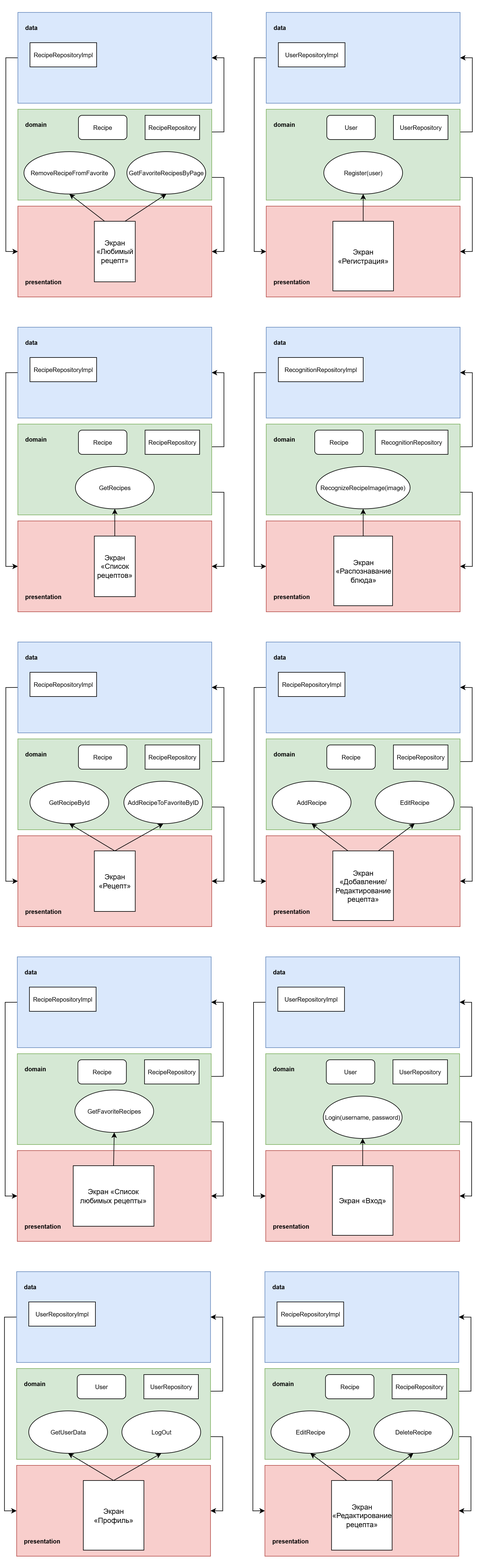
Erieorin/ShestakovaMobileDevelopment keeps this draw.io diagram as Praktika1/Экраны.png. Above is the earlier version. Source tidied: cells renumbered, new cells last; positions are measured from the earlier drawing's top-left corner, leaving out a move shared by most shapes.
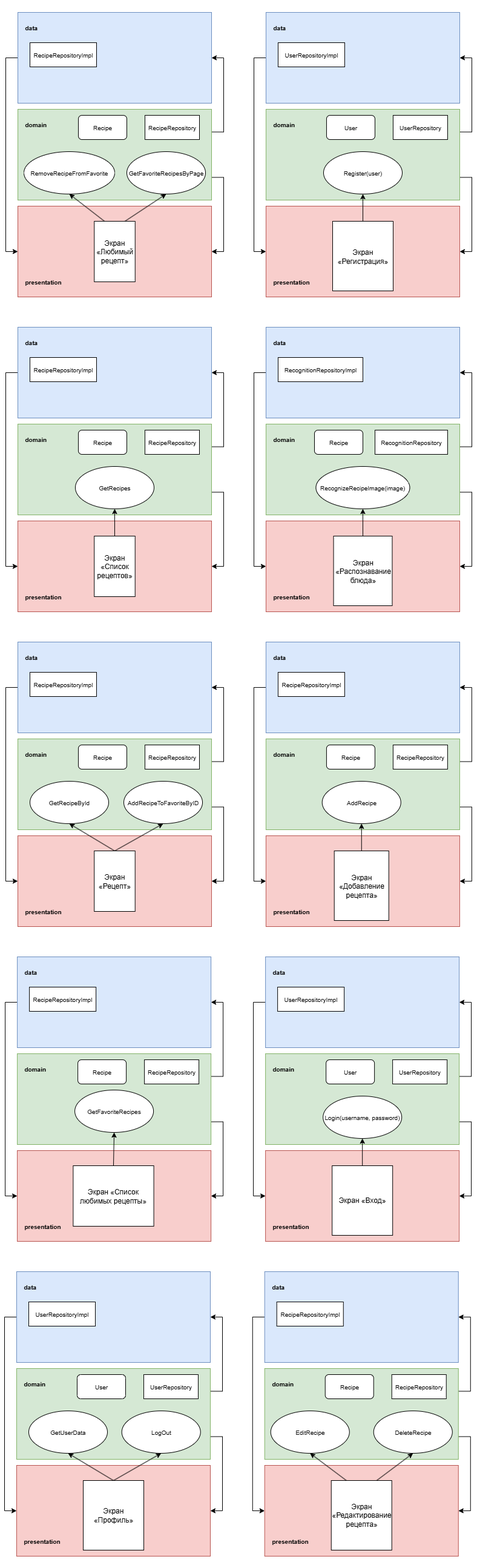
After the change.

Commit message:
маленьки фикс

Change to the diagram source:
```diff
@@ -170,14 +170,11 @@
     <mxCell id="57" style="rounded=0;whiteSpace=wrap;html=1;fillColor=#f8cecc;strokeColor=#b85450;" parent="1" vertex="1">
       <mxGeometry x="411.9" y="1380" width="320" height="150" as="geometry" />
     </mxCell>
-    <mxCell id="58" style="rounded=0;jettySize=auto;html=1;exitX=0.25;exitY=0;exitDx=0;exitDy=0;entryX=0.5;entryY=1;entryDx=0;entryDy=0;" parent="1" edge="1" source="60" target="66">
+    <mxCell id="58" style="rounded=0;jettySize=auto;html=1;exitX=0.5;exitY=0;exitDx=0;exitDy=0;entryX=0.5;entryY=1;entryDx=0;entryDy=0;" parent="1" edge="1" source="60" target="66">
       <mxGeometry relative="1" as="geometry" />
     </mxCell>
-    <mxCell id="59" style="rounded=0;jettySize=auto;html=1;exitX=0.75;exitY=0;exitDx=0;exitDy=0;entryX=0.5;entryY=1;entryDx=0;entryDy=0;" parent="1" edge="1" source="60" target="67">
-      <mxGeometry relative="1" as="geometry" />
-    </mxCell>
-    <mxCell id="60" value="Экран «Добавление/Редактирование рецепта»" style="rounded=0;whiteSpace=wrap;html=1;" parent="1" vertex="1">
-      <mxGeometry x="521.9" y="1405" width="100" height="115" as="geometry" />
+    <mxCell id="60" value="Экран «Добавление рецепта»" style="rounded=0;whiteSpace=wrap;html=1;" parent="1" vertex="1">
+      <mxGeometry x="524.7" y="1405" width="90.1" height="115" as="geometry" />
     </mxCell>
     <mxCell id="61" value="presentation" style="text;html=1;align=left;verticalAlign=middle;whiteSpace=wrap;rounded=0;fontStyle=1;fontSize=10;" parent="1" vertex="1">
       <mxGeometry x="421.9" y="1490" width="80" height="30" as="geometry" />
@@ -195,11 +192,8 @@
       <mxGeometry x="621.9" y="1230" width="90" height="40" as="geometry" />
     </mxCell>
     <mxCell id="66" value="AddRecipe" style="ellipse;whiteSpace=wrap;html=1;fontSize=10;" parent="1" vertex="1">
-      <mxGeometry x="421.9" y="1290" width="130" height="70" as="geometry" />
+      <mxGeometry x="504.8" y="1290" width="130" height="70" as="geometry" />
     </mxCell>
-    <mxCell id="67" value="EditRecipe" style="ellipse;whiteSpace=wrap;html=1;fontSize=10;" parent="1" vertex="1">
-      <mxGeometry x="591.9" y="1290" width="130" height="70" as="geometry" />
-    </mxCell>
     <mxCell id="68" value="RecipeRepositoryImpl" style="rounded=0;whiteSpace=wrap;html=1;fontSize=10;" parent="1" vertex="1">
       <mxGeometry x="431.9" y="1110" width="110" height="40" as="geometry" />
     </mxCell>
```
